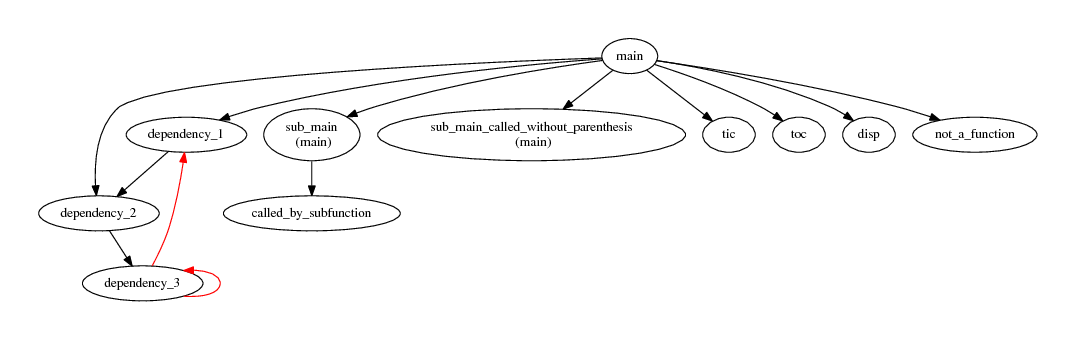
This is readme_figures/readme_fig4.png from KaeroDot/mDepGen, a Graphviz export, as it was before one commit. Its source is kept beside it as readme_figures/readme_fig4.dot.
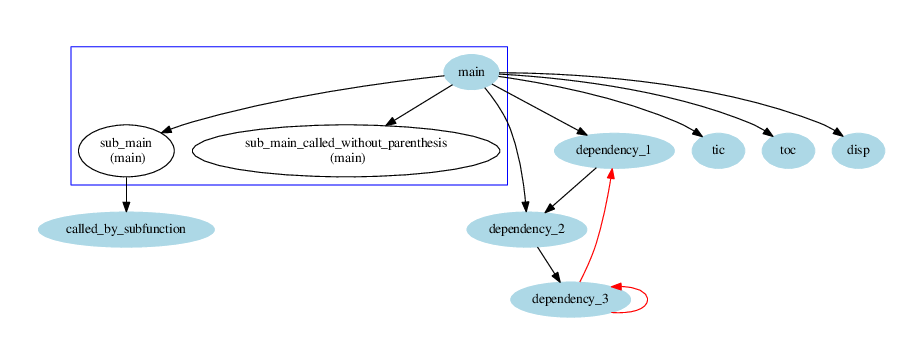
Later version of the same file.

What changed in the source:
```diff
@@ -1,6 +1,24 @@
 /* Generated by mDepGen */
 digraph dep {
 node [shape = oval];
+/* start of shape definitions */
+"main" [color=lightblue, style=filled];
+"dependency_1" [color=lightblue, style=filled];
+"dependency_2" [color=lightblue, style=filled];
+"dependency_3" [color=lightblue, style=filled];
+"called_by_subfunction" [color=lightblue, style=filled];
+"tic" [color=lightblue, style=filled];
+"toc" [color=lightblue, style=filled];
+"disp" [color=lightblue, style=filled];
+/* end of shape definitions */
+/* start of subgraph definitions */
+subgraph cluster005 {
+color=blue;
+    "main";
+    "sub_main\n (main)";
+    "sub_main_called_without_parenthesis\n (main)";
+}
+/* end of subgraph definitions */
 "main" -> "dependency_1" ;
 "dependency_1" -> "dependency_2" ;
 "dependency_2" -> "dependency_3" ;
@@ -13,5 +31,4 @@
 "main" -> "tic" ;
 "main" -> "toc" ;
 "main" -> "disp" ;
-"main" -> "not_a_function" ;
 }
```
